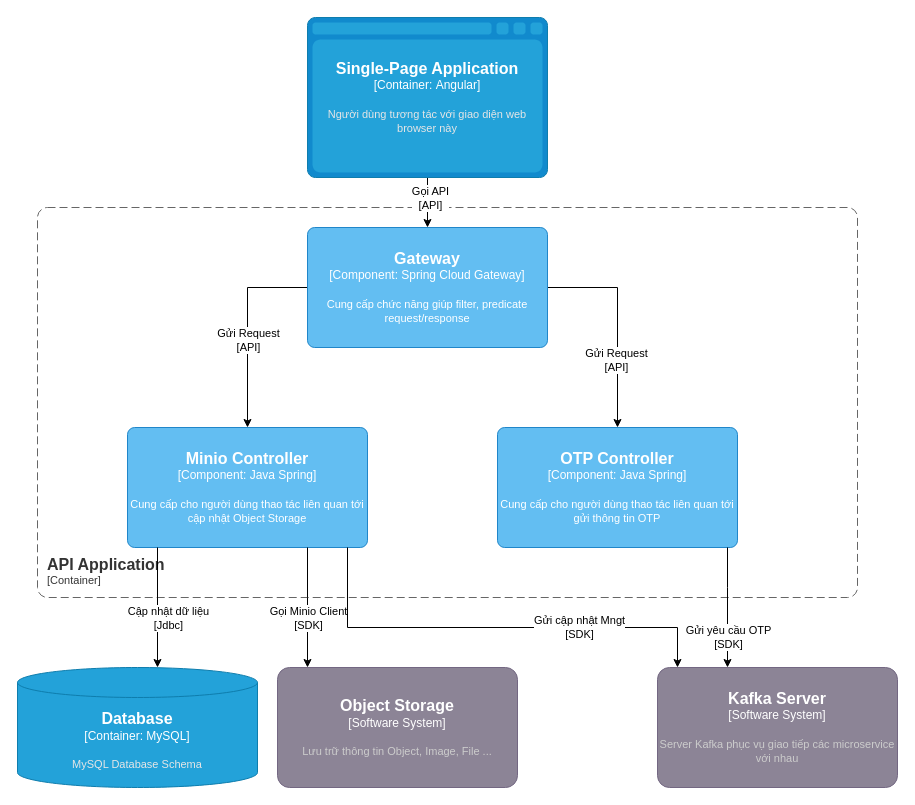
Before: Idg-Portal lv3 ObjectStorage API.drawio in dangngocsoncntt/draw.io, a draw.io diagram. Source tidied: cells renumbered, new cells numbered last; positions are measured from the earlier drawing's top-left corner, leaving out a move shared by most shapes. Both pictures are drawn from the tidied source at 100%, with x=0, y=0 at pixel (17, 17).
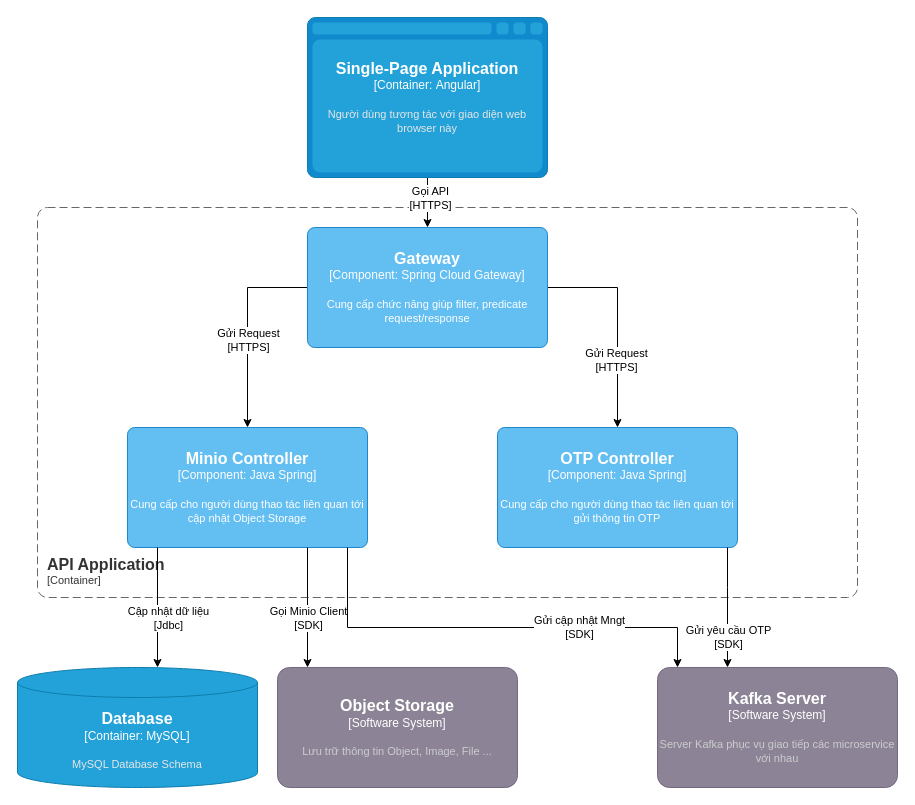
Above is the later version.

Unchanged cells that the change refers to:
```xml
<mxCell id="3" style="edgeStyle=orthogonalEdgeStyle;rounded=0;jettySize=auto;html=1;" parent="1" edge="1" target="7">
  <mxGeometry relative="1" as="geometry">
    <mxPoint x="290" y="270" as="sourcePoint" />
    <Array as="points">
      <mxPoint x="230" y="270" />
    </Array>
  </mxGeometry>
</mxCell>
<mxCell id="5" style="edgeStyle=orthogonalEdgeStyle;rounded=0;jettySize=auto;html=1;" parent="1" edge="1" target="8">
  <mxGeometry relative="1" as="geometry">
    <mxPoint x="530" y="270" as="sourcePoint" />
    <Array as="points">
      <mxPoint x="600" y="270" />
    </Array>
  </mxGeometry>
</mxCell>
<mxCell id="20" style="edgeStyle=orthogonalEdgeStyle;rounded=0;jettySize=auto;html=1;entryX=0.5;entryY=0;entryDx=0;entryDy=0;entryPerimeter=0;" parent="1" edge="1" source="22" target="23">
  <mxGeometry relative="1" as="geometry" />
</mxCell>
```

What changed in the source:
```diff
@@
-    <mxCell id="4" value="Gửi Request&lt;br style=&quot;border-color: var(--border-color);&quot;&gt;[API]" style="edgeLabel;html=1;align=center;verticalAlign=middle;" parent="3" vertex="1">
+    <mxCell id="4" value="Gửi Request&lt;br style=&quot;border-color: var(--border-color);&quot;&gt;[HTTPS]" style="edgeLabel;html=1;align=center;verticalAlign=middle;" parent="3" vertex="1">
       <mxGeometry x="0.12" relative="1" as="geometry" />
     </mxCell>
@@
-    <mxCell id="6" value="Gửi Request&lt;br style=&quot;border-color: var(--border-color);&quot;&gt;[API]" style="edgeLabel;html=1;align=center;verticalAlign=middle;" parent="5" vertex="1">
+    <mxCell id="6" value="Gửi Request&lt;br style=&quot;border-color: var(--border-color);&quot;&gt;[HTTPS]" style="edgeLabel;html=1;align=center;verticalAlign=middle;" parent="5" vertex="1">
       <mxGeometry x="0.35" y="-2" relative="1" as="geometry" />
     </mxCell>
@@
-    <mxCell id="21" value="Gọi API&lt;br&gt;[API]" style="edgeLabel;html=1;align=center;verticalAlign=middle;" parent="20" vertex="1">
+    <mxCell id="21" value="Gọi API&lt;br&gt;[HTTPS]" style="edgeLabel;html=1;align=center;verticalAlign=middle;" parent="20" vertex="1">
       <mxGeometry x="-0.2" y="2" relative="1" as="geometry" />
     </mxCell>
```
